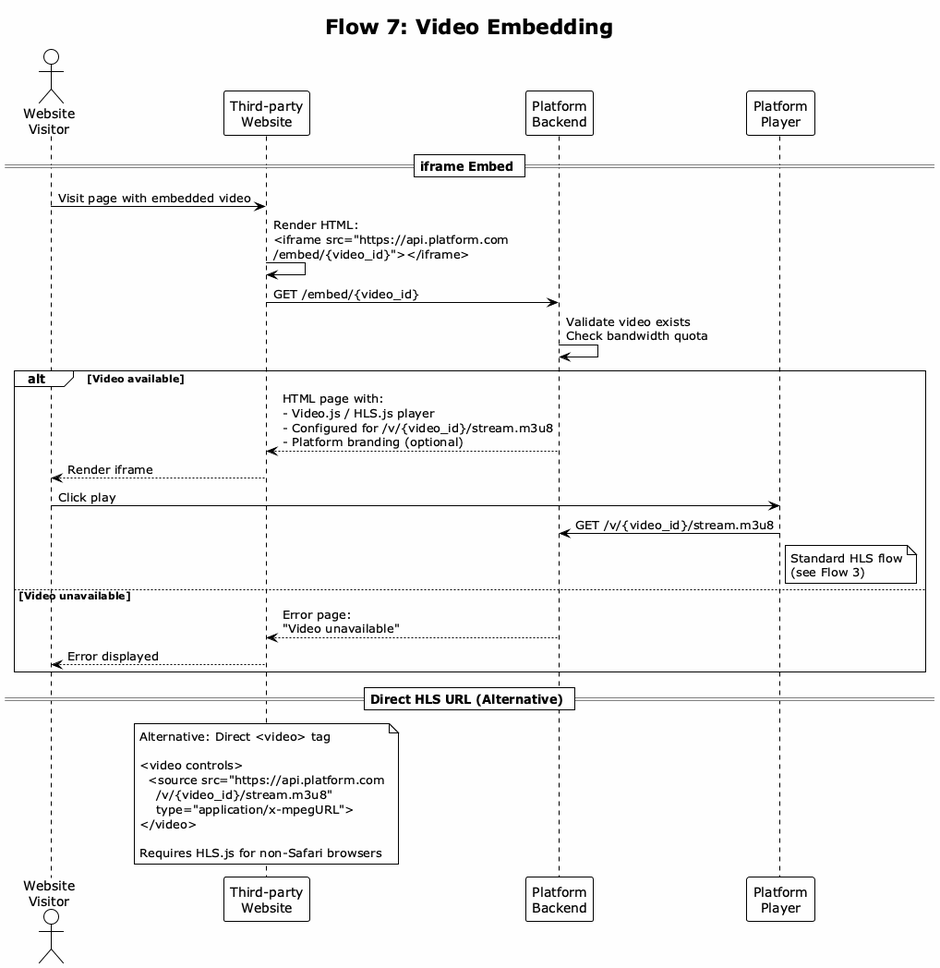
Before: diagrams/images/07-embed-player.png, a diagram exported from PlantUML (node101-io/walrus-rfp-timeline-milestones).
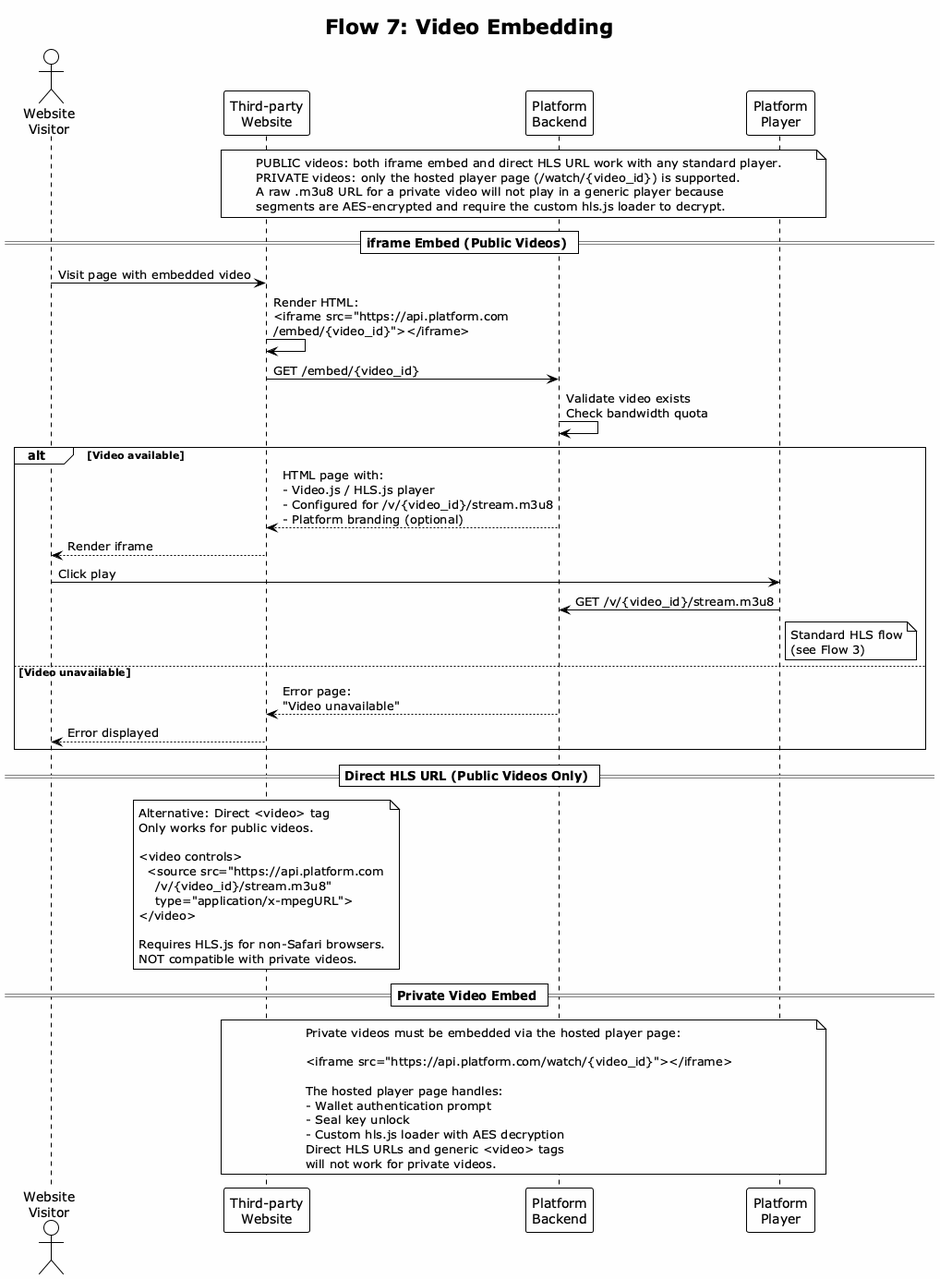
The same file after the commit.

The edit, as a diff of the source:
```diff
@@ -9,7 +9,14 @@
 participant "Platform\nBackend" as Backend
 participant "Platform\nPlayer" as Player
 
-== iframe Embed ==
+note over Website, Player
+  PUBLIC videos: both iframe embed and direct HLS URL work with any standard player.
+  PRIVATE videos: only the hosted player page (/watch/{video_id}) is supported.
+  A raw .m3u8 URL for a private video will not play in a generic player because
+  segments are AES-encrypted and require the custom hls.js loader to decrypt.
+end note
+
+== iframe Embed (Public Videos) ==
 
 Visitor -> Website: Visit page with embedded video
 
@@ -33,10 +40,11 @@
     Website --> Visitor: Error displayed
 end
 
-== Direct HLS URL (Alternative) ==
+== Direct HLS URL (Public Videos Only) ==
 
 note over Website
   Alternative: Direct <video> tag
+  Only works for public videos.
 
   <video controls>
     <source src="https://api.platform.com
@@ -44,7 +52,23 @@
       type="application/x-mpegURL">
   </video>
 
-  Requires HLS.js for non-Safari browsers
+  Requires HLS.js for non-Safari browsers.
+  NOT compatible with private videos.
+end note
+
+== Private Video Embed ==
+
+note over Website, Player
+  Private videos must be embedded via the hosted player page:
+
+  <iframe src="https://api.platform.com/watch/{video_id}"></iframe>
+
+  The hosted player page handles:
+  - Wallet authentication prompt
+  - Seal key unlock
+  - Custom hls.js loader with AES decryption
+  Direct HLS URLs and generic <video> tags
+  will not work for private videos.
 end note
 
 @enduml
```
